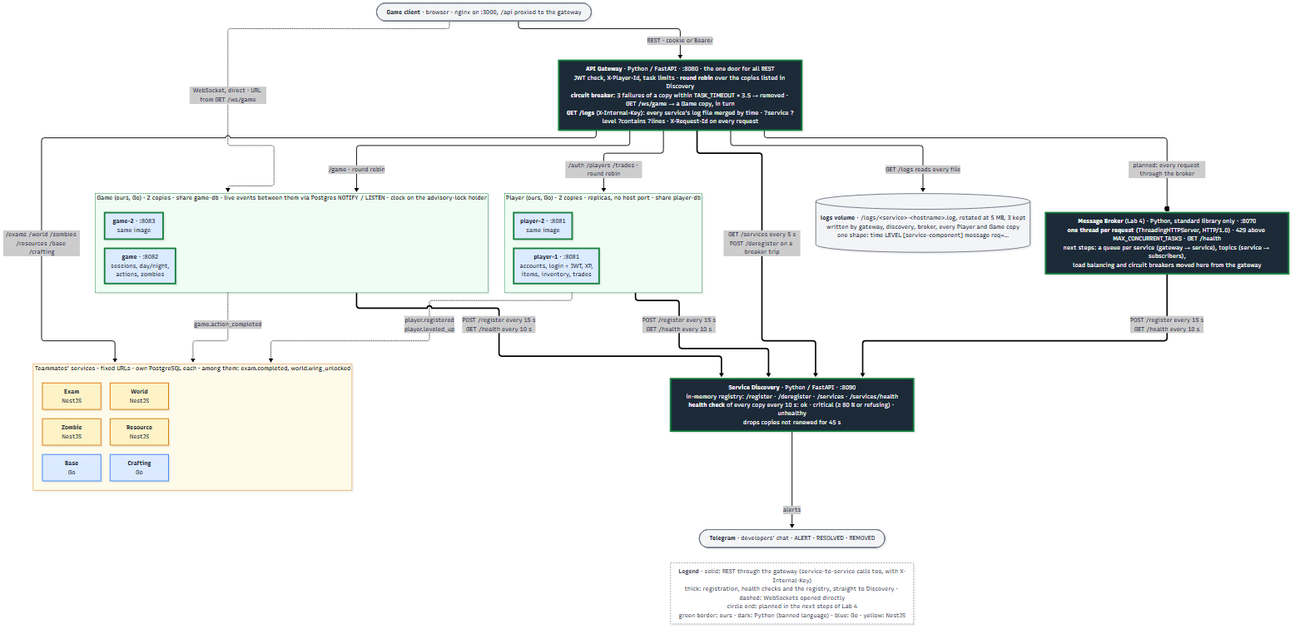
Above: architecture.png in fish30008/in-kahoots-with-the-undead (Mermaid), before the change. Its source is kept beside it as architecture.mmd.
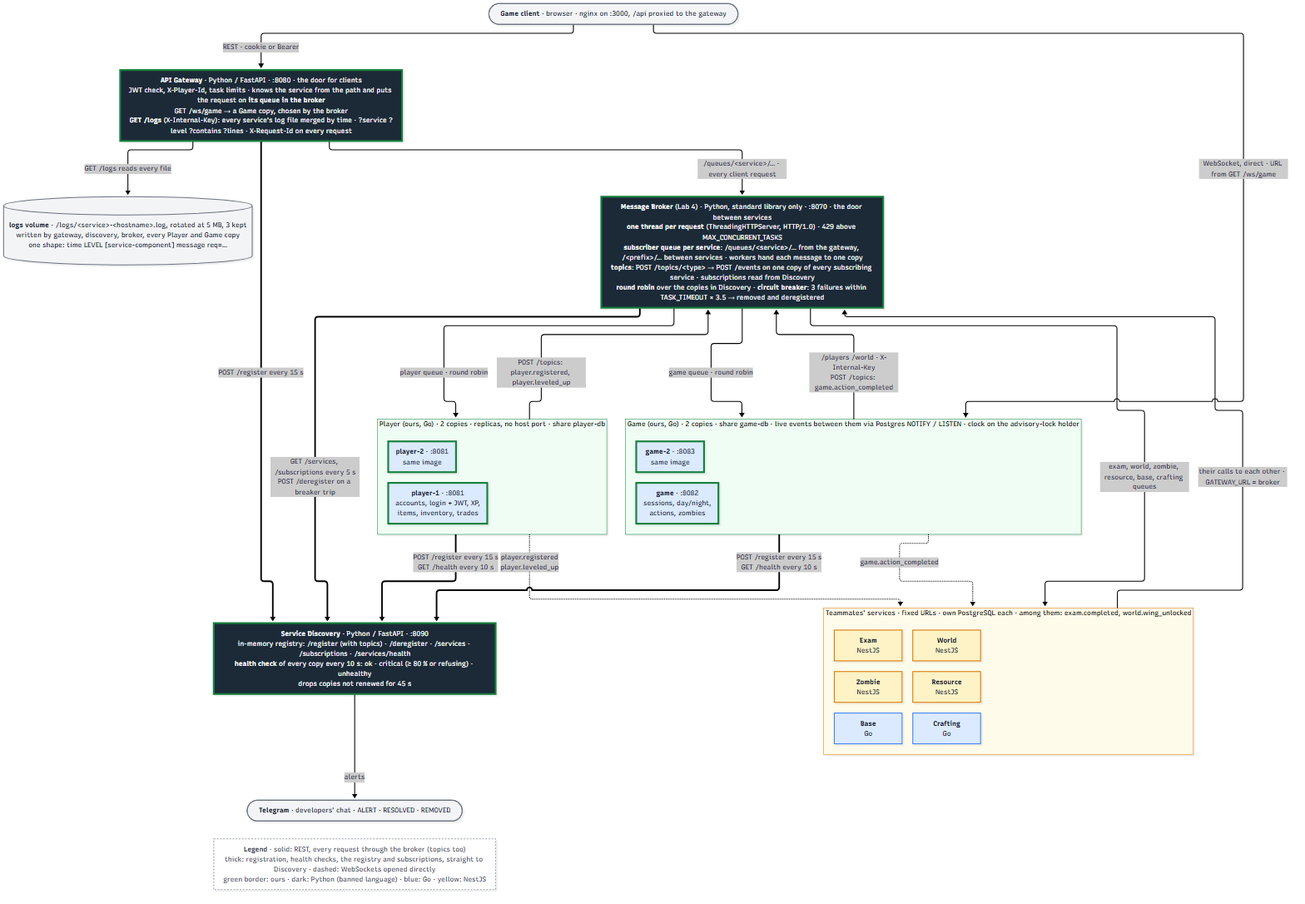
After the change.

Commit message:
grades 5-6: services through broker queues and topics

Change to the diagram source:
```diff
@@ -3,9 +3,9 @@
 
     client(["<b>Game client</b> · browser · nginx on :3000, /api proxied to the gateway"])
 
-    gateway["<b>API Gateway</b> · Python / FastAPI · :8080 · the one door for all REST<br/>JWT check, X-Player-Id, task limits · <b>round robin</b> over the copies listed in Discovery<br/><b>circuit breaker</b>: 3 failures of a copy within TASK_TIMEOUT × 3.5 → removed · GET /ws/game → a Game copy, in turn<br/><b>GET /logs</b> (X-Internal-Key): every service's log file merged by time · ?service ?level ?contains ?lines · X-Request-Id on every request"]
+    gateway["<b>API Gateway</b> · Python / FastAPI · :8080 · the door for clients<br/>JWT check, X-Player-Id, task limits · knows the service from the path and puts the request on <b>its queue in the broker</b><br/>GET /ws/game → a Game copy, chosen by the broker<br/><b>GET /logs</b> (X-Internal-Key): every service's log file merged by time · ?service ?level ?contains ?lines · X-Request-Id on every request"]
 
-    broker["<b>Message Broker</b> (Lab 4) · Python, standard library only · :8070<br/><b>one thread per request</b> (ThreadingHTTPServer, HTTP/1.0) · 429 above MAX_CONCURRENT_TASKS · GET /health<br/>next steps: a queue per service (gateway → service), topics (service → subscribers),<br/>load balancing and circuit breakers moved here from the gateway"]
+    broker["<b>Message Broker</b> (Lab 4) · Python, standard library only · :8070 · the door between services<br/><b>one thread per request</b> (ThreadingHTTPServer, HTTP/1.0) · 429 above MAX_CONCURRENT_TASKS<br/><b>subscriber queue per service</b>: /queues/&lt;service&gt;/… from the gateway, /&lt;prefix&gt;/… between services · workers hand each message to one copy<br/><b>topics</b>: POST /topics/&lt;type&gt; → POST /events on one copy of every subscribing service · subscriptions read from Discovery<br/><b>round robin</b> over the copies in Discovery · <b>circuit breaker</b>: 3 failures within TASK_TIMEOUT × 3.5 → removed and deregistered"]
 
     subgraph playercopies["Player (ours, Go) · 2 copies · replicas, no host port · share player-db"]
         direction LR
@@ -29,7 +29,7 @@
         crafting["<b>Crafting</b><br/>Go"]
     end
 
-    discovery["<b>Service Discovery</b> · Python / FastAPI · :8090<br/>in-memory registry: /register · /deregister · /services · /services/health<br/><b>health check</b> of every copy every 10 s: ok · critical (≥ 80 % or refusing) · unhealthy<br/>drops copies not renewed for 45 s"]
+    discovery["<b>Service Discovery</b> · Python / FastAPI · :8090<br/>in-memory registry: /register (with topics) · /deregister · /services · /subscriptions · /services/health<br/><b>health check</b> of every copy every 10 s: ok · critical (≥ 80 % or refusing) · unhealthy<br/>drops copies not renewed for 45 s"]
 
     telegram(["<b>Telegram</b> · developers' chat · ALERT · RESOLVED · REMOVED"])
 
@@ -38,22 +38,25 @@
     client -- "REST · cookie or Bearer" --> gateway
     client -. "WebSocket, direct · URL from GET /ws/game" .-> gamecopies
 
-    gateway -- "/auth /players /trades · round robin" --> playercopies
-    gateway -- "/game · round robin" --> gamecopies
-    gateway -- "/exams /world /zombies /resources /base /crafting" --> team
+    gateway -- "/queues/&lt;service&gt;/… · every client request" --> broker
+    broker -- "player queue · round robin" --> playercopies
+    broker -- "game queue · round robin" --> gamecopies
+    broker -- "exam, world, zombie, resource, base, crafting queues" --> team
+    gamecopies -- "/players /world · X-Internal-Key<br/>POST /topics: game.action_completed" --> broker
+    playercopies -- "POST /topics: player.registered, player.leveled_up" --> broker
+    team -- "their calls to each other · GATEWAY_URL = broker" --> broker
 
     playercopies == "POST /register every 15 s<br/>GET /health every 10 s" ==> discovery
     gamecopies == "POST /register every 15 s<br/>GET /health every 10 s" ==> discovery
-    gateway == "GET /services every 5 s<br/>POST /deregister on a breaker trip" ==> discovery
-    broker == "POST /register every 15 s<br/>GET /health every 10 s" ==> discovery
+    gateway == "POST /register every 15 s" ==> discovery
+    broker == "GET /services, /subscriptions every 5 s<br/>POST /deregister on a breaker trip" ==> discovery
     gateway -- "GET /logs reads every file" --> logs
-    gateway --o|"planned: every request through the broker"| broker
     discovery -- "alerts" --> telegram
 
     playercopies -. "player.registered<br/>player.leveled_up" .-> team
     gamecopies -. "game.action_completed" .-> team
 
-    legend["<b>Legend</b> · solid: REST through the gateway (service-to-service calls too, with X-Internal-Key)<br/>thick: registration, health checks and the registry, straight to Discovery · dashed: WebSockets opened directly<br/>circle end: planned in the next steps of Lab 4<br/>green border: ours · dark: Python (banned language) · blue: Go · yellow: NestJS"]
+    legend["<b>Legend</b> · solid: REST, every request through the broker (topics too)<br/>thick: registration, health checks, the registry and subscriptions, straight to Discovery · dashed: WebSockets opened directly<br/>green border: ours · dark: Python (banned language) · blue: Go · yellow: NestJS"]
     telegram ~~~ legend
 
     classDef py fill:#1f2937,color:#ffffff,stroke:#15803d,stroke-width:4px
```
